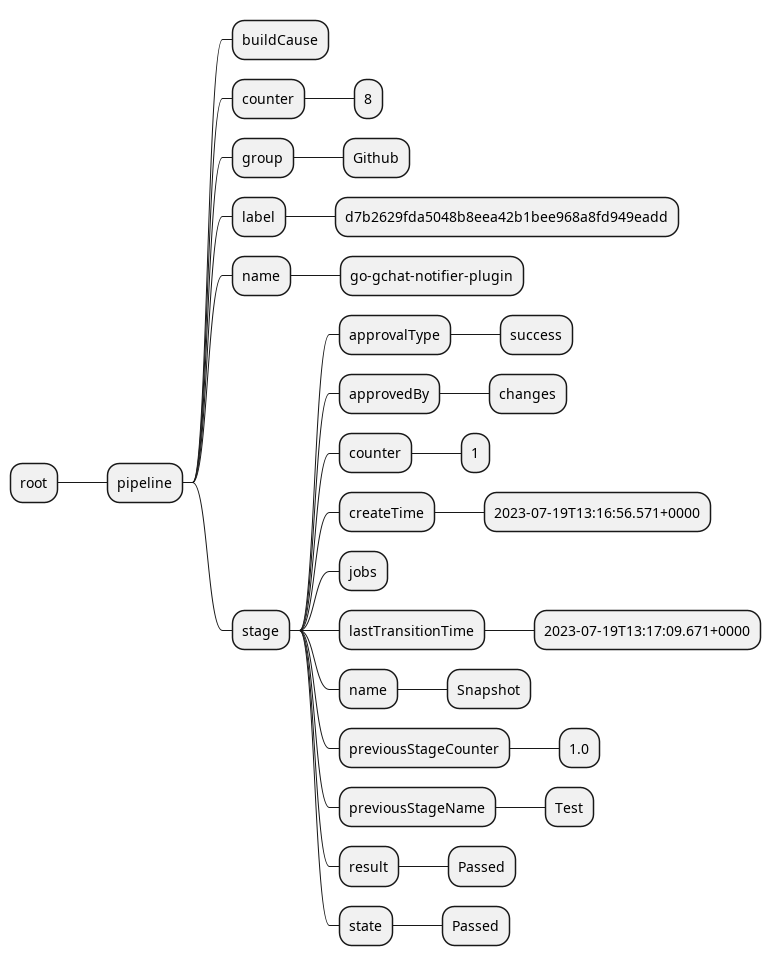
1and1/go-gchat-notifier-plugin keeps this PlantUML diagram as img/stageStatus.png. Above is the earlier version.
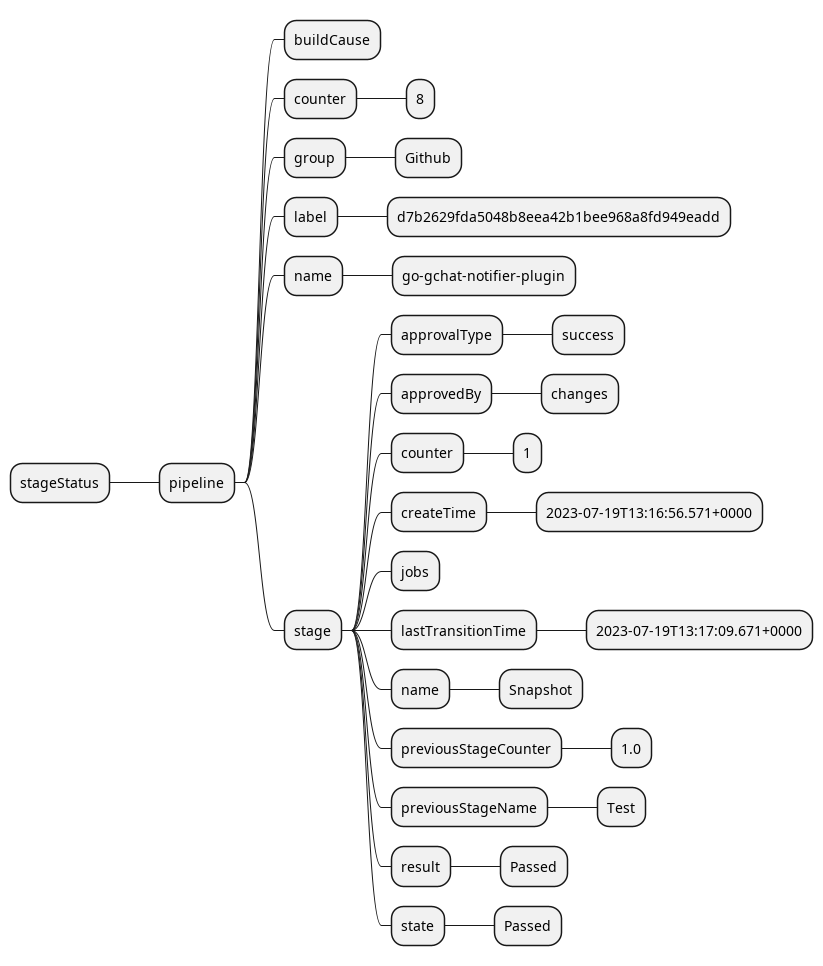
After the change.

Commit message:
Replace root node with proper context var nae Add PlantUML files

The edit, as a diff of the source:
```diff
@@ -1,5 +1,5 @@
 @startmindmap
-* root
+* stageStatus
 ** pipeline
 *** buildCause
 *** counter
```
